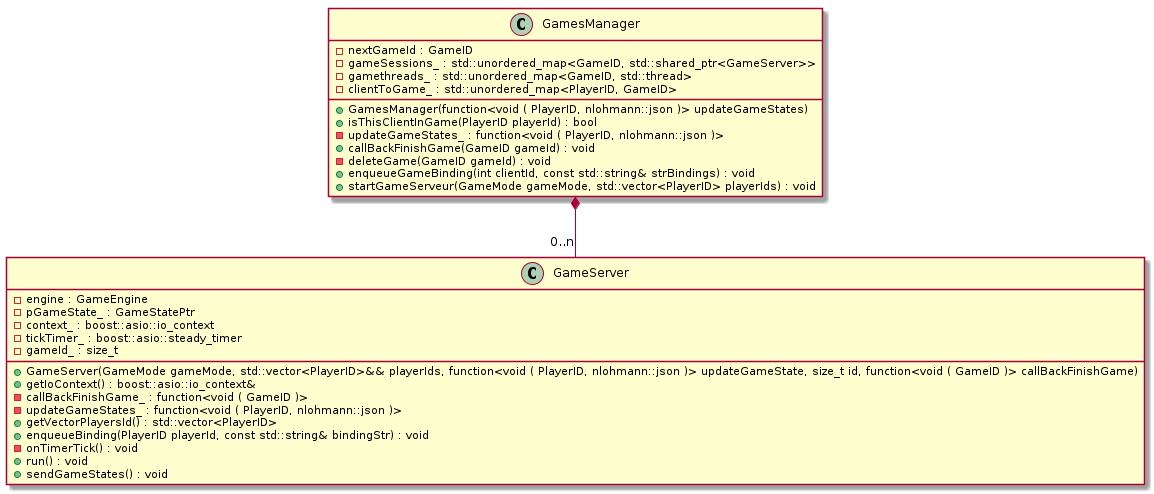
Earlier version of the PlantUML export res/uml/class/GameServerClass.png (ulb-info2-group5/Royal-Blocks). Its source is kept beside it as doc/uml/class/server/GameServerClass.plantuml.
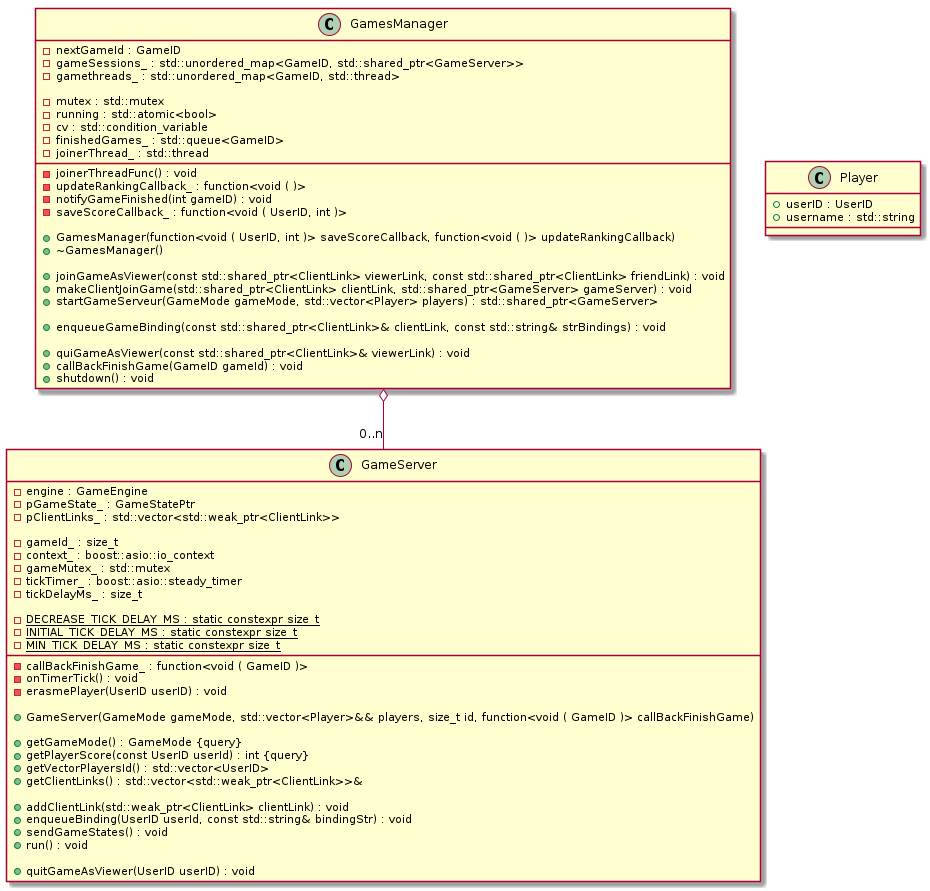
The same file after the commit.

What changed in the source:
```diff
@@ -5,34 +5,72 @@
 
 
 class GamesManager {
-	+GamesManager(function<void ( PlayerID, nlohmann::json )> updateGameStates)
 	-nextGameId : GameID
-	+isThisClientInGame(PlayerID playerId) : bool
-	-updateGameStates_ : function<void ( PlayerID, nlohmann::json )>
 	-gameSessions_ : std::unordered_map<GameID, std::shared_ptr<GameServer>>
 	-gamethreads_ : std::unordered_map<GameID, std::thread>
-	-clientToGame_ : std::unordered_map<PlayerID, GameID>
+
+	-mutex : std::mutex
+	-running : std::atomic<bool>
+	-cv : std::condition_variable
+	-finishedGames_ : std::queue<GameID>
+	-joinerThread_ : std::thread
+
+	-joinerThreadFunc() : void
+	-updateRankingCallback_ : function<void ( )>
+	-notifyGameFinished(int gameID) : void
+	-saveScoreCallback_ : function<void ( UserID, int )>
+
+	+GamesManager(function<void ( UserID, int )> saveScoreCallback, function<void ( )> updateRankingCallback)
+	+~GamesManager()
+
+	+joinGameAsViewer(const std::shared_ptr<ClientLink> viewerLink, const std::shared_ptr<ClientLink> friendLink) : void
+	+makeClientJoinGame(std::shared_ptr<ClientLink> clientLink, std::shared_ptr<GameServer> gameServer) : void
+	+startGameServeur(GameMode gameMode, std::vector<Player> players) : std::shared_ptr<GameServer>
+
+	+enqueueGameBinding(const std::shared_ptr<ClientLink>& clientLink, const std::string& strBindings) : void
+
+	+quiGameAsViewer(const std::shared_ptr<ClientLink>& viewerLink) : void
 	+callBackFinishGame(GameID gameId) : void
-	-deleteGame(GameID gameId) : void
-	+enqueueGameBinding(int clientId, const std::string& strBindings) : void
-	+startGameServeur(GameMode gameMode, std::vector<PlayerID> playerIds) : void
+	+shutdown() : void
 }
 
 class GameServer {
-	+GameServer(GameMode gameMode, std::vector<PlayerID>&& playerIds, function<void ( PlayerID, nlohmann::json )> updateGameState, size_t id, function<void ( GameID )> callBackFinishGame)
 	-engine : GameEngine
 	-pGameState_ : GameStatePtr
+	-pClientLinks_ : std::vector<std::weak_ptr<ClientLink>>
+
+	-gameId_ : size_t
 	-context_ : boost::asio::io_context
-	+getIoContext() : boost::asio::io_context&
+	-gameMutex_ : std::mutex
 	-tickTimer_ : boost::asio::steady_timer
+	-tickDelayMs_ : size_t
+
+	-{static} DECREASE_TICK_DELAY_MS : static constexpr size_t
+	-{static} INITIAL_TICK_DELAY_MS : static constexpr size_t
+	-{static} MIN_TICK_DELAY_MS : static constexpr size_t
+
 	-callBackFinishGame_ : function<void ( GameID )>
-	-updateGameStates_ : function<void ( PlayerID, nlohmann::json )>
-	-gameId_ : size_t
-	+getVectorPlayersId() : std::vector<PlayerID>
-	+enqueueBinding(PlayerID playerId, const std::string& bindingStr) : void
 	-onTimerTick() : void
+	-erasmePlayer(UserID userID) : void
+
+	+GameServer(GameMode gameMode, std::vector<Player>&& players, size_t id, function<void ( GameID )> callBackFinishGame)
+
+	+getGameMode() : GameMode {query}
+	+getPlayerScore(const UserID userId) : int {query}
+	+getVectorPlayersId() : std::vector<UserID>
+	+getClientLinks() : std::vector<std::weak_ptr<ClientLink>>&
+
+	+addClientLink(std::weak_ptr<ClientLink> clientLink) : void
+	+enqueueBinding(UserID userId, const std::string& bindingStr) : void
+	+sendGameStates() : void
 	+run() : void
-	+sendGameStates() : void
+
+	+quitGameAsViewer(UserID userID) : void
+}
+
+class Player {
+	+userID : UserID
+	+username : std::string
 }
 
 
@@ -40,8 +78,8 @@
 
 
 
-GamesManager *-- "0..n" GameServer
 
+GamesManager o--"0..n" GameServer
 
 
 
```
